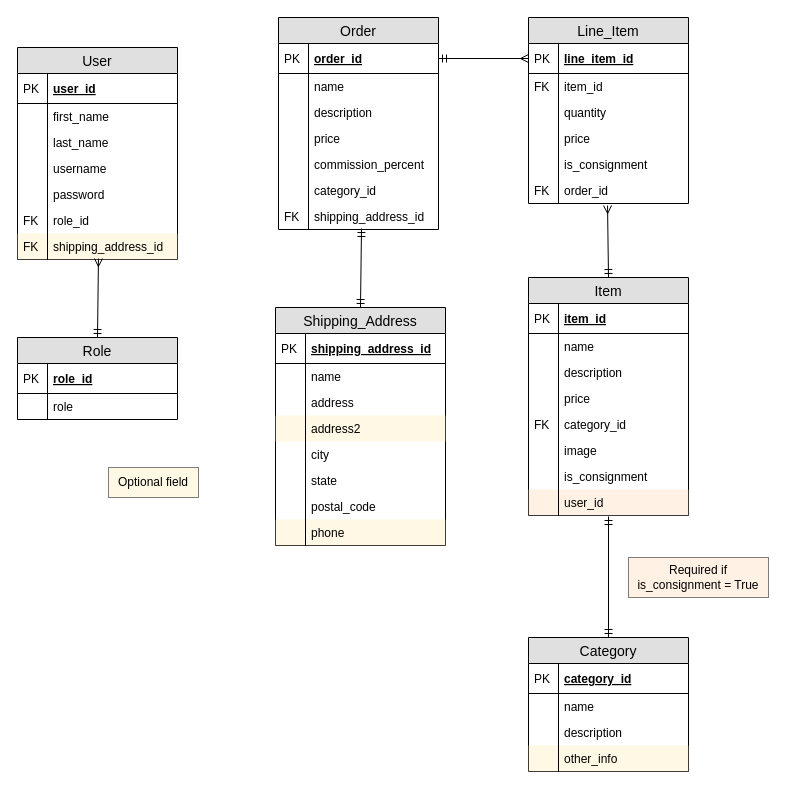
Earlier version of the draw.io diagram support/Moose_Leather_ER.drawio (swendt57/moose_leather_project). Source tidied: cells renumbered, new cells numbered last; positions are measured from the earlier drawing's top-left corner, leaving out a move shared by most shapes. Both pictures are drawn from the tidied source at 100%, with x=0, y=0 at pixel (17, 17).
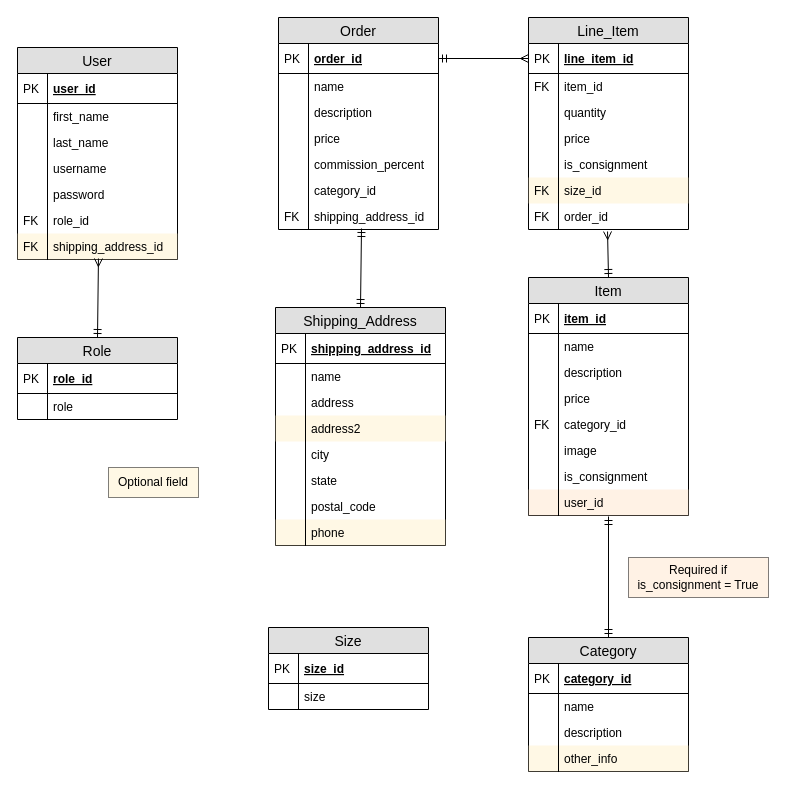
The same diagram, later.

What changed in the source:
```diff
@@
     <mxCell id="37" value="Line_Item" style="swimlane;fontStyle=0;horizontal=1;startSize=26;fillColor=#e0e0e0;swimlaneFillColor=#ffffff;align=center;fontSize=14;" parent="1" vertex="1">
-      <mxGeometry x="511" width="160" height="186" as="geometry" />
+      <mxGeometry x="511" width="160" height="212" as="geometry" />
     </mxCell>
@@
+    <mxCell id="100" value="size_id" style="shape=partialRectangle;top=0;left=0;right=0;bottom=0;align=left;verticalAlign=top;fillColor=#fff2cc;spacingLeft=34;spacingRight=4;overflow=hidden;fontSize=12;strokeColor=#d6b656;opacity=50;" parent="37" vertex="1">
+      <mxGeometry y="160" width="160" height="26" as="geometry" />
+    </mxCell>
+    <mxCell id="101" value="FK" style="shape=partialRectangle;top=0;left=0;bottom=0;fillColor=none;align=left;verticalAlign=top;spacingLeft=4;spacingRight=4;overflow=hidden;fontSize=12;" parent="100" vertex="1">
+      <mxGeometry width="30" height="26" as="geometry" />
+    </mxCell>
     <mxCell id="48" value="order_id" style="shape=partialRectangle;top=0;left=0;right=0;bottom=0;align=left;verticalAlign=top;fillColor=none;spacingLeft=34;spacingRight=4;overflow=hidden;points=[[0,0.5],[1,0.5]];portConstraint=eastwest;fontSize=12;" parent="37" vertex="1">
-      <mxGeometry y="160" width="160" height="26" as="geometry" />
+      <mxGeometry y="186" width="160" height="26" as="geometry" />
     </mxCell>
@@
+    <mxCell id="102" value="Size" style="swimlane;fontStyle=0;horizontal=1;startSize=26;fillColor=#e0e0e0;swimlaneFillColor=#ffffff;align=center;fontSize=14;" parent="1" vertex="1">
+      <mxGeometry x="251" y="610" width="160" height="82" as="geometry" />
+    </mxCell>
+    <mxCell id="103" value="size_id" style="shape=partialRectangle;top=0;left=0;right=0;bottom=1;align=left;verticalAlign=middle;fillColor=none;spacingLeft=34;spacingRight=4;overflow=hidden;fontStyle=5;fontSize=12;" parent="102" vertex="1">
+      <mxGeometry y="26" width="160" height="30" as="geometry" />
+    </mxCell>
+    <mxCell id="104" value="PK" style="shape=partialRectangle;top=0;left=0;bottom=0;fillColor=none;align=left;verticalAlign=middle;spacingLeft=4;spacingRight=4;overflow=hidden;fontSize=12;" parent="103" vertex="1">
+      <mxGeometry width="30" height="30" as="geometry" />
+    </mxCell>
+    <mxCell id="105" value="size" style="shape=partialRectangle;top=0;left=0;right=0;bottom=0;align=left;verticalAlign=top;fillColor=none;spacingLeft=34;spacingRight=4;overflow=hidden;fontSize=12;" parent="102" vertex="1">
+      <mxGeometry y="56" width="160" height="26" as="geometry" />
+    </mxCell>
+    <mxCell id="106" style="shape=partialRectangle;top=0;left=0;bottom=0;fillColor=none;align=left;verticalAlign=top;spacingLeft=4;spacingRight=4;overflow=hidden;fontSize=12;" parent="105" vertex="1">
+      <mxGeometry width="30" height="26" as="geometry" />
+    </mxCell>
```
